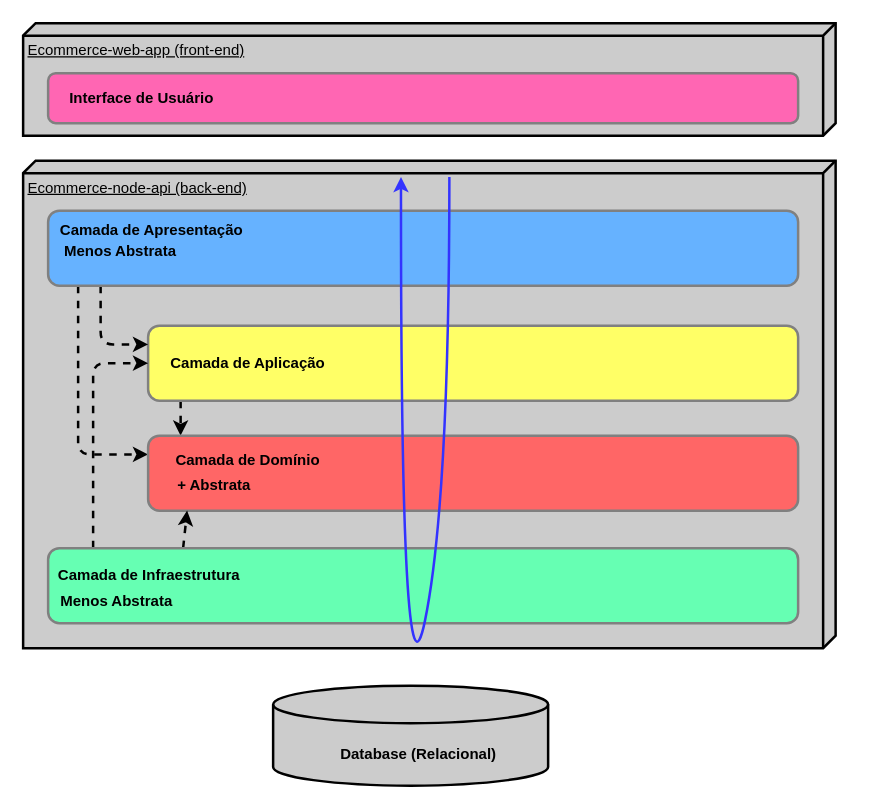
This is page "Arquitetura em Camadas" (1 of 2) of requirements/ecommerce-arquitetura.drawio from Yadons/ecommerce-node-api, a draw.io file, before an edit. Source tidied: cells renumbered, new cells numbered last; positions are measured from the earlier drawing's top-left corner, leaving out a move shared by most shapes. Both pictures are drawn from the tidied source at 125%, with x=0, y=0 at pixel (22, 22).
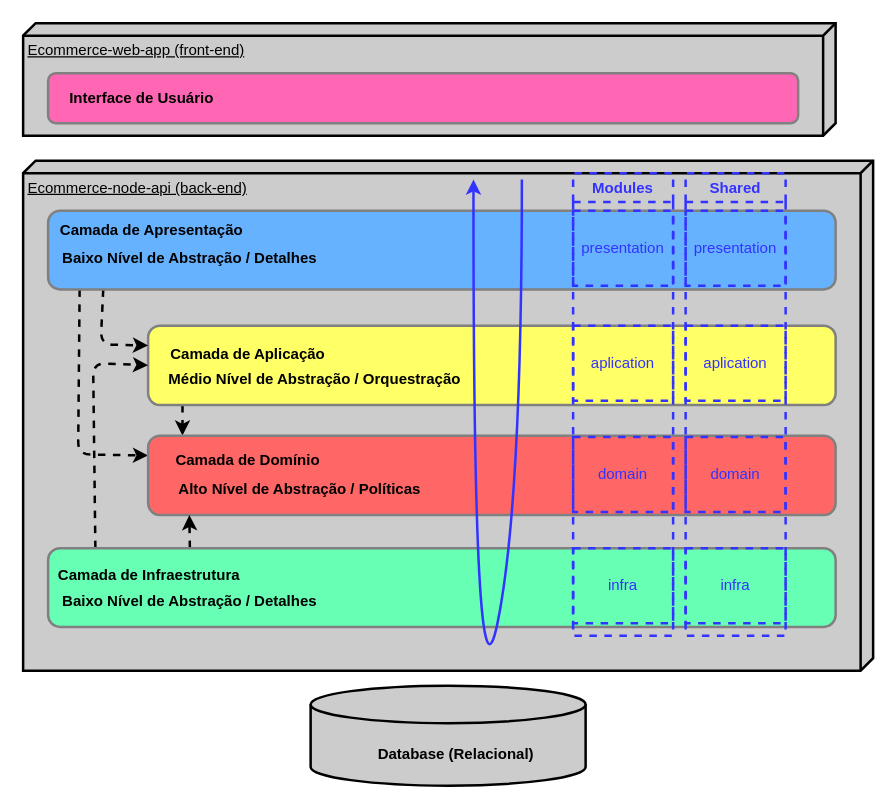
Above is the later version.

Commit message:
docs: Adicionando o requirements da arquitetura hexagonal do projeto ecommerce-node-api

The edit, as a diff of the source:
```diff
@@
     <mxCell id="2" value="&lt;font color=&quot;#000000&quot;&gt;Ecommerce-node-api (back-end)&lt;/font&gt;" style="verticalAlign=top;align=left;spacingTop=8;spacingLeft=2;spacingRight=12;shape=cube;size=10;direction=south;fontStyle=4;html=1;strokeWidth=2;fillColor=#CCCCCC;" parent="1" vertex="1">
-      <mxGeometry y="110" width="650" height="390" as="geometry" />
+      <mxGeometry y="110" width="680" height="408" as="geometry" />
     </mxCell>
@@
     <mxCell id="4" style="shape=cylinder3;whiteSpace=wrap;html=1;boundedLbl=1;backgroundOutline=1;size=15;labelBackgroundColor=#18141D;strokeWidth=2;fontColor=#000000;fillColor=#CCCCCC;" parent="1" vertex="1">
-      <mxGeometry x="200" y="530" width="220" height="80" as="geometry" />
+      <mxGeometry x="230" y="530" width="220" height="80" as="geometry" />
     </mxCell>
     <mxCell id="5" value="&lt;b&gt;Database (Relacional)&lt;/b&gt;" style="text;html=1;strokeColor=none;fillColor=none;align=center;verticalAlign=middle;whiteSpace=wrap;rounded=0;labelBackgroundColor=none;strokeWidth=2;fontColor=#000000;" parent="1" vertex="1">
-      <mxGeometry x="250" y="570" width="133" height="30" as="geometry" />
+      <mxGeometry x="280" y="570" width="133" height="30" as="geometry" />
     </mxCell>
@@
     <mxCell id="7" style="rounded=1;whiteSpace=wrap;html=1;labelBackgroundColor=none;strokeWidth=2;fontColor=#000000;fillColor=#FFFF66;strokeColor=#808080;points=[[0,0,0,0,0],[0,0.25,0,0,0],[0,0.5,0,0,0],[0,0.75,0,0,0],[0,1,0,0,0],[0.05,1,0,0,0],[0.25,0,0,0,0],[0.5,0,0,0,0],[0.5,1,0,0,0],[0.75,0,0,0,0],[0.75,1,0,0,0],[1,0,0,0,0],[1,0.25,0,0,0],[1,0.5,0,0,0],[1,0.75,0,0,0],[1,1,0,0,0]];" parent="1" vertex="1">
-      <mxGeometry x="100" y="242" width="520" height="60" as="geometry" />
+      <mxGeometry x="100" y="242" width="550" height="63.5" as="geometry" />
     </mxCell>
     <mxCell id="8" value="&lt;b&gt;Camada de Aplicação&lt;/b&gt;" style="text;html=1;strokeColor=none;fillColor=none;align=center;verticalAlign=middle;whiteSpace=wrap;rounded=0;labelBackgroundColor=none;strokeWidth=2;fontColor=#000000;" parent="1" vertex="1">
-      <mxGeometry x="110" y="257" width="140" height="30" as="geometry" />
+      <mxGeometry x="110" y="250" width="140" height="30" as="geometry" />
     </mxCell>
@@
     <mxCell id="11" style="rounded=1;whiteSpace=wrap;html=1;labelBackgroundColor=none;strokeWidth=2;fontColor=#000000;fillColor=#66B2FF;strokeColor=#808080;points=[[0,0,0,0,0],[0,0.25,0,0,0],[0,0.5,0,0,0],[0,0.75,0,0,0],[0,1,0,0,0],[0.04,1,0,0,0],[0.07,1,0,0,0],[0.25,0,0,0,0],[0.5,0,0,0,0],[0.75,0,0,0,0],[0.75,1,0,0,0],[1,0,0,0,0],[1,0.25,0,0,0],[1,0.5,0,0,0],[1,0.75,0,0,0],[1,1,0,0,0]];" parent="1" vertex="1">
-      <mxGeometry x="20" y="150" width="600" height="60" as="geometry" />
+      <mxGeometry x="20" y="150" width="630" height="63" as="geometry" />
     </mxCell>
@@
     <mxCell id="15" style="rounded=1;whiteSpace=wrap;html=1;labelBackgroundColor=none;strokeWidth=2;fontColor=#000000;fillColor=#FF6666;strokeColor=#808080;points=[[0,0,0,0,0],[0,0.25,0,0,0],[0,0.5,0,0,0],[0,0.75,0,0,0],[0,1,0,0,0],[0.05,0,0,0,0],[0.06,1,0,0,0],[0.5,0,0,0,0],[0.5,1,0,0,0],[0.75,0,0,0,0],[0.75,1,0,0,0],[1,0,0,0,0],[1,0.25,0,0,0],[1,0.5,0,0,0],[1,0.75,0,0,0],[1,1,0,0,0]];" parent="1" vertex="1">
-      <mxGeometry x="100" y="330" width="520" height="60" as="geometry" />
+      <mxGeometry x="100" y="330" width="550" height="63.5" as="geometry" />
     </mxCell>
@@
     <mxCell id="19" style="rounded=1;whiteSpace=wrap;html=1;labelBackgroundColor=none;strokeWidth=2;fontColor=#000000;fillColor=#66FFB3;strokeColor=#808080;points=[[0,0,0,0,0],[0,0.25,0,0,0],[0,0.5,0,0,0],[0,0.75,0,0,0],[0,1,0,0,0],[0.06,0,0,0,0],[0.18,0,0,0,0],[0.25,1,0,0,0],[0.5,1,0,0,0],[0.75,0,0,0,0],[0.75,1,0,0,0],[1,0,0,0,0],[1,0.25,0,0,0],[1,0.5,0,0,0],[1,0.75,0,0,0],[1,1,0,0,0]];" parent="1" vertex="1">
-      <mxGeometry x="20" y="420" width="600" height="60" as="geometry" />
+      <mxGeometry x="20" y="420" width="630" height="63" as="geometry" />
     </mxCell>
@@
-    <mxCell id="21" value="&lt;b&gt;+ Abstrata&lt;/b&gt;" style="text;html=1;strokeColor=none;fillColor=none;align=center;verticalAlign=middle;whiteSpace=wrap;rounded=0;labelBackgroundColor=none;strokeWidth=2;fontColor=#000000;" parent="1" vertex="1">
-      <mxGeometry x="83" y="355" width="140" height="30" as="geometry" />
-    </mxCell>
-    <mxCell id="22" value="&lt;b&gt;Menos Abstrata&lt;/b&gt;" style="text;html=1;strokeColor=none;fillColor=none;align=center;verticalAlign=middle;whiteSpace=wrap;rounded=0;labelBackgroundColor=none;strokeWidth=2;fontColor=#000000;" parent="1" vertex="1">
-      <mxGeometry y="445" width="150" height="35" as="geometry" />
-    </mxCell>
-    <mxCell id="23" value="&lt;b&gt;Menos Abstrata&lt;/b&gt;" style="text;html=1;strokeColor=none;fillColor=none;align=center;verticalAlign=middle;whiteSpace=wrap;rounded=0;labelBackgroundColor=none;strokeWidth=2;fontColor=#000000;" parent="1" vertex="1">
-      <mxGeometry x="3" y="165" width="150" height="35" as="geometry" />
+    <mxCell id="23" value="&lt;b&gt;Baixo Nível de Abstração / Detalhes&lt;br&gt;&lt;/b&gt;" style="text;html=1;strokeColor=none;fillColor=none;align=center;verticalAlign=middle;whiteSpace=wrap;rounded=0;labelBackgroundColor=none;strokeWidth=2;fontColor=#000000;" parent="1" vertex="1">
+      <mxGeometry x="10" y="170" width="247" height="35" as="geometry" />
     </mxCell>
     <mxCell id="24" style="curved=1;endArrow=classic;html=1;strokeColor=#3333FF;strokeWidth=2;fontColor=#000000;entryX=0.026;entryY=0.538;entryDx=0;entryDy=0;entryPerimeter=0;" parent="1" edge="1">
       <mxGeometry relative="1" as="geometry">
-        <mxPoint x="341" y="123" as="sourcePoint" />
-        <mxPoint x="302.3" y="123.1" as="targetPoint" />
+        <mxPoint x="399" y="125" as="sourcePoint" />
+        <mxPoint x="360.3" y="125.1" as="targetPoint" />
         <Array as="points">
-          <mxPoint x="341" y="383" />
-          <mxPoint x="302" y="573" />
+          <mxPoint x="399" y="385" />
+          <mxPoint x="360" y="575" />
         </Array>
       </mxGeometry>
     </mxCell>
+    <mxCell id="25" value="&lt;b&gt;Baixo Nível de Abstração / Detalhes&lt;br&gt;&lt;/b&gt;" style="text;html=1;strokeColor=none;fillColor=none;align=center;verticalAlign=middle;whiteSpace=wrap;rounded=0;labelBackgroundColor=none;strokeWidth=2;fontColor=#000000;" parent="1" vertex="1">
+      <mxGeometry x="10" y="445" width="247" height="35" as="geometry" />
+    </mxCell>
+    <mxCell id="26" value="&lt;b&gt;Alto Nível de Abstração / Políticas&lt;br&gt;&lt;/b&gt;" style="text;html=1;strokeColor=none;fillColor=none;align=center;verticalAlign=middle;whiteSpace=wrap;rounded=0;labelBackgroundColor=none;strokeWidth=2;fontColor=#000000;" parent="1" vertex="1">
+      <mxGeometry x="98" y="355" width="247" height="35" as="geometry" />
+    </mxCell>
+    <mxCell id="27" value="&lt;b&gt;Médio Nível de Abstração / Orquestração&lt;br&gt;&lt;/b&gt;" style="text;html=1;strokeColor=none;fillColor=none;align=center;verticalAlign=middle;whiteSpace=wrap;rounded=0;labelBackgroundColor=none;strokeWidth=2;fontColor=#000000;" parent="1" vertex="1">
+      <mxGeometry x="110" y="267" width="247" height="35" as="geometry" />
+    </mxCell>
+    <mxCell id="28" value="Modules" style="swimlane;whiteSpace=wrap;html=1;fillColor=none;fontColor=#3333FF;strokeColor=#3333FF;dashed=1;strokeWidth=2;" parent="1" vertex="1">
+      <mxGeometry x="440" y="120" width="80" height="370" as="geometry" />
+    </mxCell>
+    <mxCell id="29" value="domain" style="rounded=0;whiteSpace=wrap;html=1;dashed=1;strokeColor=#3333FF;strokeWidth=2;fontColor=#3333FF;fillColor=none;" parent="28" vertex="1">
+      <mxGeometry y="211" width="80" height="60" as="geometry" />
+    </mxCell>
+    <mxCell id="30" value="aplication" style="rounded=0;whiteSpace=wrap;html=1;dashed=1;strokeColor=#3333FF;strokeWidth=2;fontColor=#3333FF;fillColor=none;" parent="28" vertex="1">
+      <mxGeometry y="122" width="80" height="60" as="geometry" />
+    </mxCell>
+    <mxCell id="31" value="presentation" style="rounded=0;whiteSpace=wrap;html=1;dashed=1;strokeColor=#3333FF;strokeWidth=2;fontColor=#3333FF;fillColor=none;" parent="28" vertex="1">
+      <mxGeometry y="30" width="80" height="60" as="geometry" />
+    </mxCell>
+    <mxCell id="32" value="infra" style="rounded=0;whiteSpace=wrap;html=1;dashed=1;strokeColor=#3333FF;strokeWidth=2;fontColor=#3333FF;fillColor=none;" parent="28" vertex="1">
+      <mxGeometry y="300" width="80" height="60" as="geometry" />
+    </mxCell>
+    <mxCell id="33" value="Shared" style="swimlane;whiteSpace=wrap;html=1;fillColor=none;fontColor=#3333FF;strokeColor=#3333FF;dashed=1;strokeWidth=2;" parent="1" vertex="1">
+      <mxGeometry x="530" y="120" width="80" height="370" as="geometry" />
+    </mxCell>
+    <mxCell id="34" value="domain" style="rounded=0;whiteSpace=wrap;html=1;dashed=1;strokeColor=#3333FF;strokeWidth=2;fontColor=#3333FF;fillColor=none;" parent="33" vertex="1">
+      <mxGeometry y="211" width="80" height="60" as="geometry" />
+    </mxCell>
+    <mxCell id="35" value="aplication" style="rounded=0;whiteSpace=wrap;html=1;dashed=1;strokeColor=#3333FF;strokeWidth=2;fontColor=#3333FF;fillColor=none;" parent="33" vertex="1">
+      <mxGeometry y="122" width="80" height="60" as="geometry" />
+    </mxCell>
+    <mxCell id="36" value="presentation" style="rounded=0;whiteSpace=wrap;html=1;dashed=1;strokeColor=#3333FF;strokeWidth=2;fontColor=#3333FF;fillColor=none;" parent="33" vertex="1">
+      <mxGeometry y="30" width="80" height="60" as="geometry" />
+    </mxCell>
+    <mxCell id="37" value="infra" style="rounded=0;whiteSpace=wrap;html=1;dashed=1;strokeColor=#3333FF;strokeWidth=2;fontColor=#3333FF;fillColor=none;" parent="33" vertex="1">
+      <mxGeometry y="300" width="80" height="60" as="geometry" />
+    </mxCell>
```
